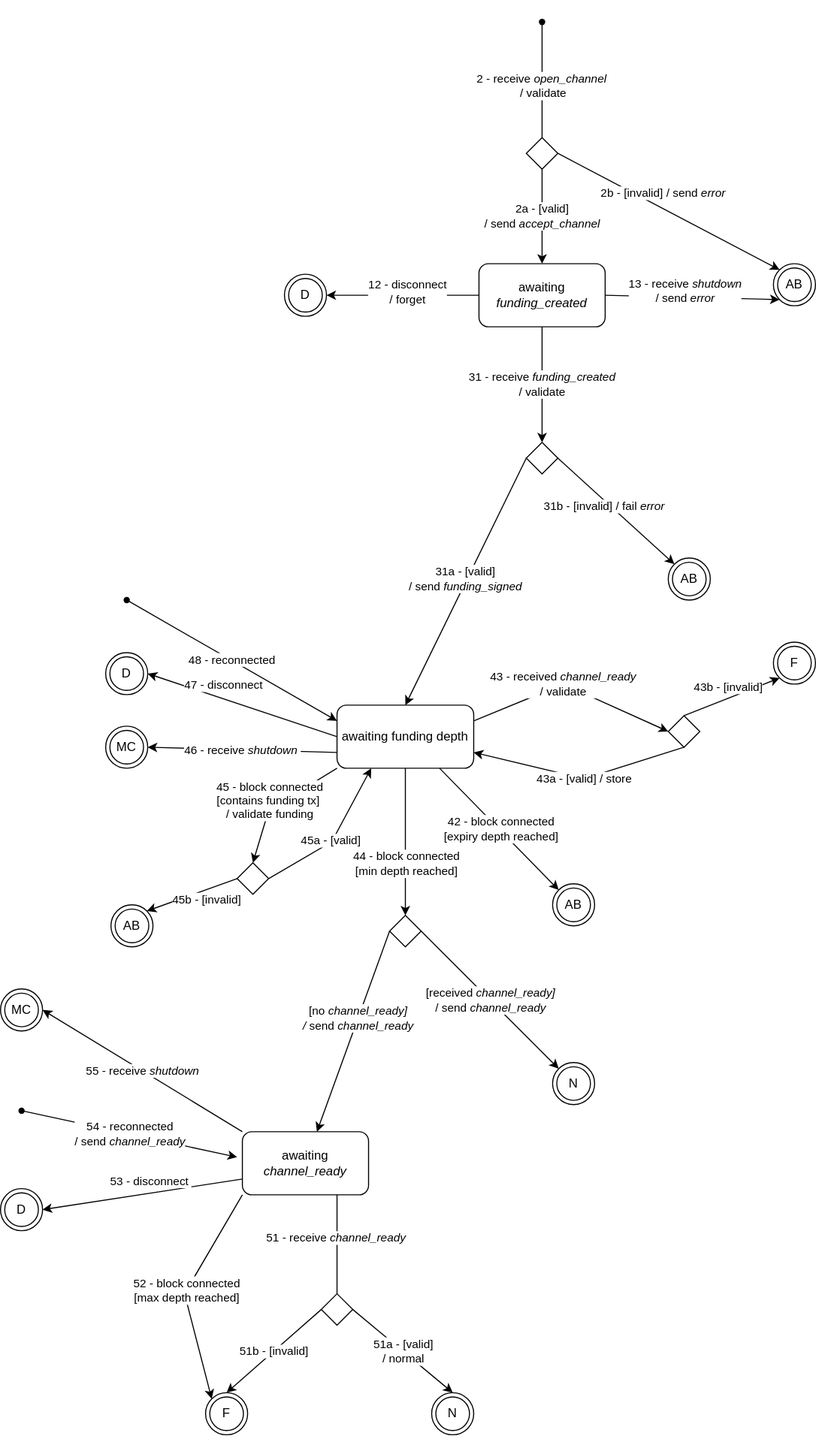
Above: docs/ConnectedFundeeOpenChannel.svg in node-lightning/node-lightning (draw.io), before the change. Source tidied: cells renumbered, new cells last; positions are measured from the earlier drawing's top-left corner, leaving out a move shared by most shapes.
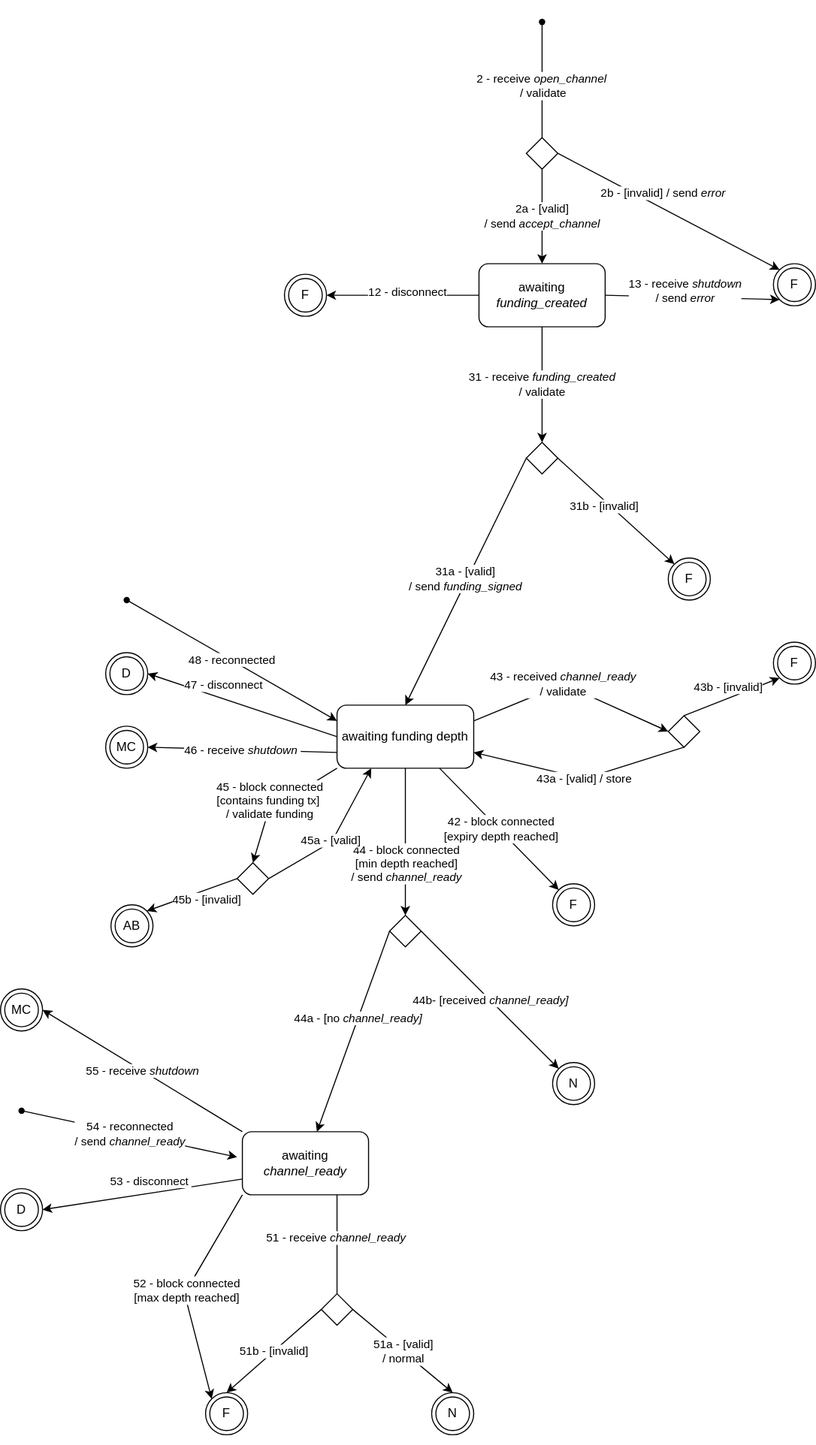
The same file after the commit.

Commit message:
docs: capture block connected with funding tx

Diff of the diagram source:
```diff
@@ -51,13 +51,13 @@
     <mxCell id="12" value="46 - receive &lt;i&gt;shutdown&amp;nbsp;&lt;br&gt;&lt;/i&gt;" style="edgeStyle=none;rounded=0;jettySize=auto;html=1;exitX=0;exitY=0.75;exitDx=0;exitDy=0;entryX=1;entryY=0.5;entryDx=0;entryDy=0;" parent="1" edge="1" source="16" target="50">
       <mxGeometry relative="1" as="geometry" />
     </mxCell>
-    <mxCell id="13" value="[received &lt;i&gt;channel_ready]&lt;/i&gt;&lt;br&gt;/ send &lt;i&gt;channel_ready&lt;/i&gt;" style="rounded=0;jettySize=auto;html=1;exitX=1;exitY=0.5;exitDx=0;exitDy=0;" parent="1" edge="1" source="54" target="51">
+    <mxCell id="13" value="44b- [received &lt;i&gt;channel_ready]&lt;/i&gt;" style="rounded=0;jettySize=auto;html=1;exitX=1;exitY=0.5;exitDx=0;exitDy=0;" parent="1" edge="1" source="54" target="51">
       <mxGeometry relative="1" as="geometry" />
     </mxCell>
     <mxCell id="14" style="edgeStyle=none;rounded=0;jettySize=auto;html=1;exitX=0.5;exitY=1;exitDx=0;exitDy=0;entryX=0.5;entryY=0;entryDx=0;entryDy=0;" parent="1" edge="1" source="16" target="54">
       <mxGeometry relative="1" as="geometry" />
     </mxCell>
-    <mxCell id="15" value="44 - block connected&lt;br&gt;[min depth reached]" style="edgeLabel;html=1;align=center;verticalAlign=middle;" parent="14" vertex="1">
+    <mxCell id="15" value="44 - block connected&lt;br&gt;[min depth reached]&lt;br&gt;/ send &lt;i&gt;channel_ready&lt;/i&gt;" style="edgeLabel;html=1;align=center;verticalAlign=middle;" parent="14" vertex="1">
       <mxGeometry x="0.12" relative="1" as="geometry">
         <mxPoint y="12" as="offset" />
       </mxGeometry>
@@ -68,7 +68,7 @@
     <mxCell id="17" style="jettySize=auto;html=1;elbow=vertical;exitX=1;exitY=0.5;exitDx=0;exitDy=0;entryX=0;entryY=0;entryDx=0;entryDy=0;" parent="1" edge="1" source="46" target="68">
       <mxGeometry relative="1" as="geometry" />
     </mxCell>
-    <mxCell id="18" value="31b - [invalid] / fail &lt;i&gt;error&lt;/i&gt;" style="edgeLabel;html=1;align=center;verticalAlign=middle;" parent="17" vertex="1">
+    <mxCell id="18" value="31b - [invalid]" style="edgeLabel;html=1;align=center;verticalAlign=middle;" parent="17" vertex="1">
       <mxGeometry x="-0.59" y="-20" relative="1" as="geometry">
         <mxPoint x="34" y="10" as="offset" />
       </mxGeometry>
@@ -76,7 +76,7 @@
     <mxCell id="19" style="jettySize=auto;html=1;exitX=0;exitY=0.5;exitDx=0;exitDy=0;entryX=1;entryY=0.5;entryDx=0;entryDy=0;elbow=vertical;" parent="1" edge="1" source="25" target="60">
       <mxGeometry relative="1" as="geometry" />
     </mxCell>
-    <mxCell id="20" value="12 - disconnect&lt;br&gt;/ forget" style="edgeLabel;html=1;align=center;verticalAlign=middle;" parent="19" vertex="1">
+    <mxCell id="20" value="12 - disconnect" style="edgeLabel;html=1;align=center;verticalAlign=middle;" parent="19" vertex="1">
       <mxGeometry x="0.11" y="-4" relative="1" as="geometry">
         <mxPoint x="12" as="offset" />
       </mxGeometry>
@@ -104,7 +104,7 @@
         <mxPoint x="255" y="20" as="targetPoint" />
       </mxGeometry>
     </mxCell>
-    <mxCell id="27" value="AB" style="ellipse;shape=doubleEllipse;whiteSpace=wrap;html=1;" parent="1" vertex="1">
+    <mxCell id="27" value="F" style="ellipse;shape=doubleEllipse;whiteSpace=wrap;html=1;" parent="1" vertex="1">
       <mxGeometry x="735" y="250" width="40" height="40" as="geometry" />
     </mxCell>
     <mxCell id="28" style="edgeStyle=none;jettySize=auto;html=1;exitX=0;exitY=0.75;exitDx=0;exitDy=0;entryX=1;entryY=0.5;entryDx=0;entryDy=0;elbow=vertical;" parent="1" edge="1" source="34" target="49">
@@ -178,7 +178,7 @@
     <mxCell id="46" style="rhombus;whiteSpace=wrap;html=1;" parent="1" vertex="1">
       <mxGeometry x="500" y="420" width="30" height="30" as="geometry" />
     </mxCell>
-    <mxCell id="47" value="AB" style="ellipse;shape=doubleEllipse;whiteSpace=wrap;html=1;" parent="1" vertex="1">
+    <mxCell id="47" value="F" style="ellipse;shape=doubleEllipse;whiteSpace=wrap;html=1;" parent="1" vertex="1">
       <mxGeometry x="525" y="840" width="40" height="40" as="geometry" />
     </mxCell>
     <mxCell id="48" value="D" style="ellipse;shape=doubleEllipse;whiteSpace=wrap;html=1;" parent="1" vertex="1">
@@ -196,7 +196,7 @@
     <mxCell id="52" style="edgeStyle=none;rounded=0;jettySize=auto;html=1;exitX=0;exitY=0.5;exitDx=0;exitDy=0;" parent="1" edge="1" source="54" target="34">
       <mxGeometry relative="1" as="geometry" />
     </mxCell>
-    <mxCell id="53" value="[no&amp;nbsp;&lt;i&gt;channel_ready]&lt;br&gt;/&amp;nbsp;&lt;/i&gt;send&amp;nbsp;&lt;i&gt;channel_ready&lt;/i&gt;&lt;i&gt;&lt;br&gt;&lt;/i&gt;" style="edgeLabel;html=1;align=center;verticalAlign=middle;" parent="52" vertex="1">
+    <mxCell id="53" value="44a - [no&amp;nbsp;&lt;i&gt;channel_ready]&lt;/i&gt;&lt;i&gt;&lt;br&gt;&lt;/i&gt;" style="edgeLabel;html=1;align=center;verticalAlign=middle;" parent="52" vertex="1">
       <mxGeometry x="-0.14" y="-1" relative="1" as="geometry" />
     </mxCell>
     <mxCell id="54" style="rhombus;whiteSpace=wrap;html=1;" parent="1" vertex="1">
@@ -219,7 +219,7 @@
     <mxCell id="59" style="shape=waypoint;sketch=0;fillStyle=solid;size=6;fillColor=none;perimeter=centerPerimeter;" parent="1" vertex="1">
       <mxGeometry x="495" width="40" height="40" as="geometry" />
     </mxCell>
-    <mxCell id="60" value="D" style="ellipse;shape=doubleEllipse;whiteSpace=wrap;html=1;" parent="1" vertex="1">
+    <mxCell id="60" value="F" style="ellipse;shape=doubleEllipse;whiteSpace=wrap;html=1;" parent="1" vertex="1">
       <mxGeometry x="270" y="260" width="40" height="40" as="geometry" />
     </mxCell>
     <mxCell id="61" style="edgeStyle=none;rounded=0;jettySize=auto;html=1;entryX=0.25;entryY=1;entryDx=0;entryDy=0;exitX=1;exitY=0.5;exitDx=0;exitDy=0;" parent="1" edge="1" source="65" target="16">
@@ -249,7 +249,7 @@
     <mxCell id="67" value="MC" style="ellipse;shape=doubleEllipse;whiteSpace=wrap;html=1;" parent="1" vertex="1">
       <mxGeometry y="940" width="40" height="40" as="geometry" />
     </mxCell>
-    <mxCell id="68" value="AB" style="ellipse;shape=doubleEllipse;whiteSpace=wrap;html=1;" parent="1" vertex="1">
+    <mxCell id="68" value="F" style="ellipse;shape=doubleEllipse;whiteSpace=wrap;html=1;" parent="1" vertex="1">
       <mxGeometry x="635" y="530" width="40" height="40" as="geometry" />
     </mxCell>
     <mxCell id="69" value="AB" style="ellipse;shape=doubleEllipse;whiteSpace=wrap;html=1;" parent="1" vertex="1">
```
